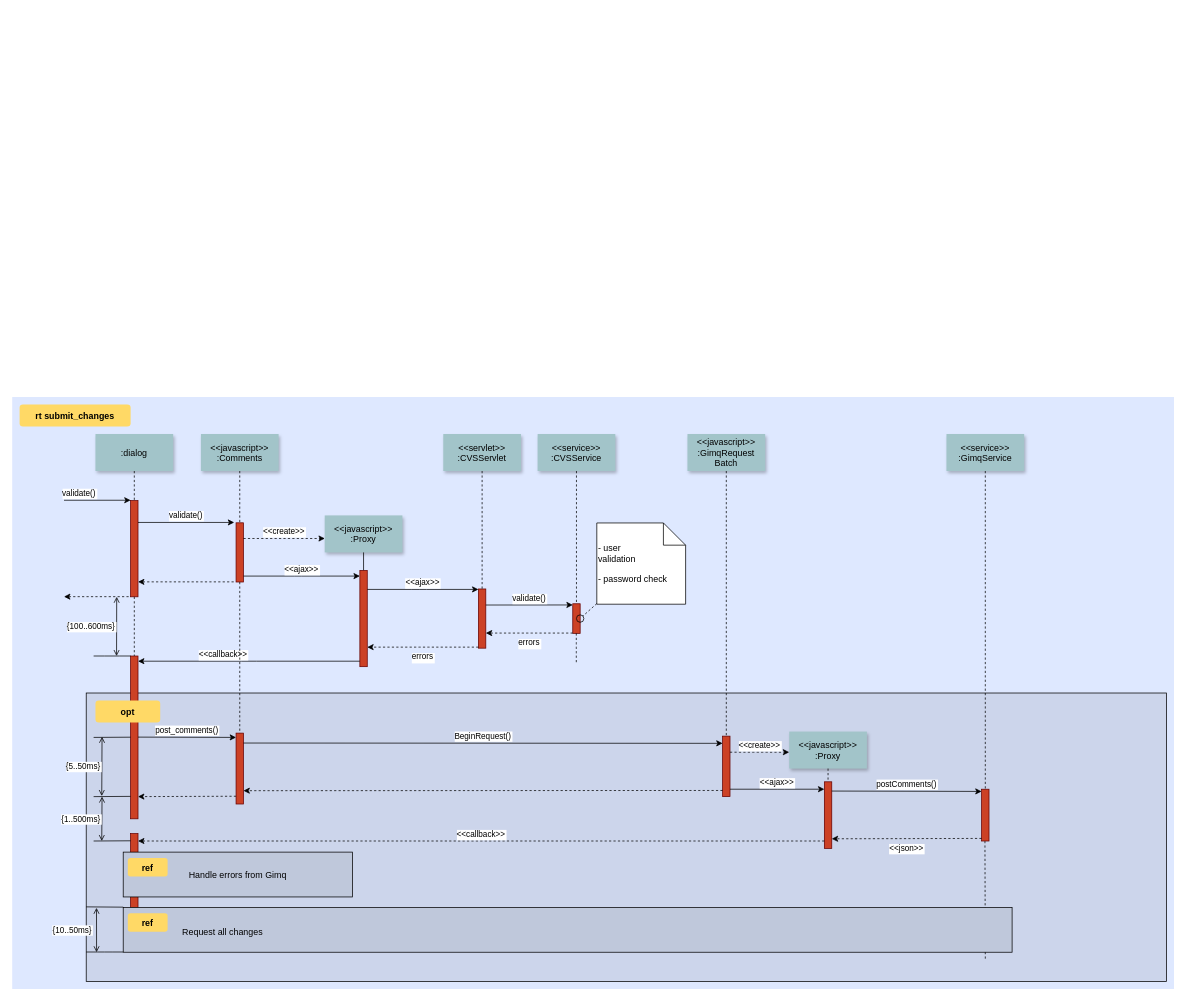
This is seq1.drawio from chen45464546/kernel_relative, a draw.io file, before an edit. Source tidied: cells renumbered, new cells numbered last; positions are measured from the earlier drawing's top-left corner, leaving out a move shared by most shapes. Both pictures are drawn from the tidied source at 74%, with x=0, y=0 at pixel (12, 397).
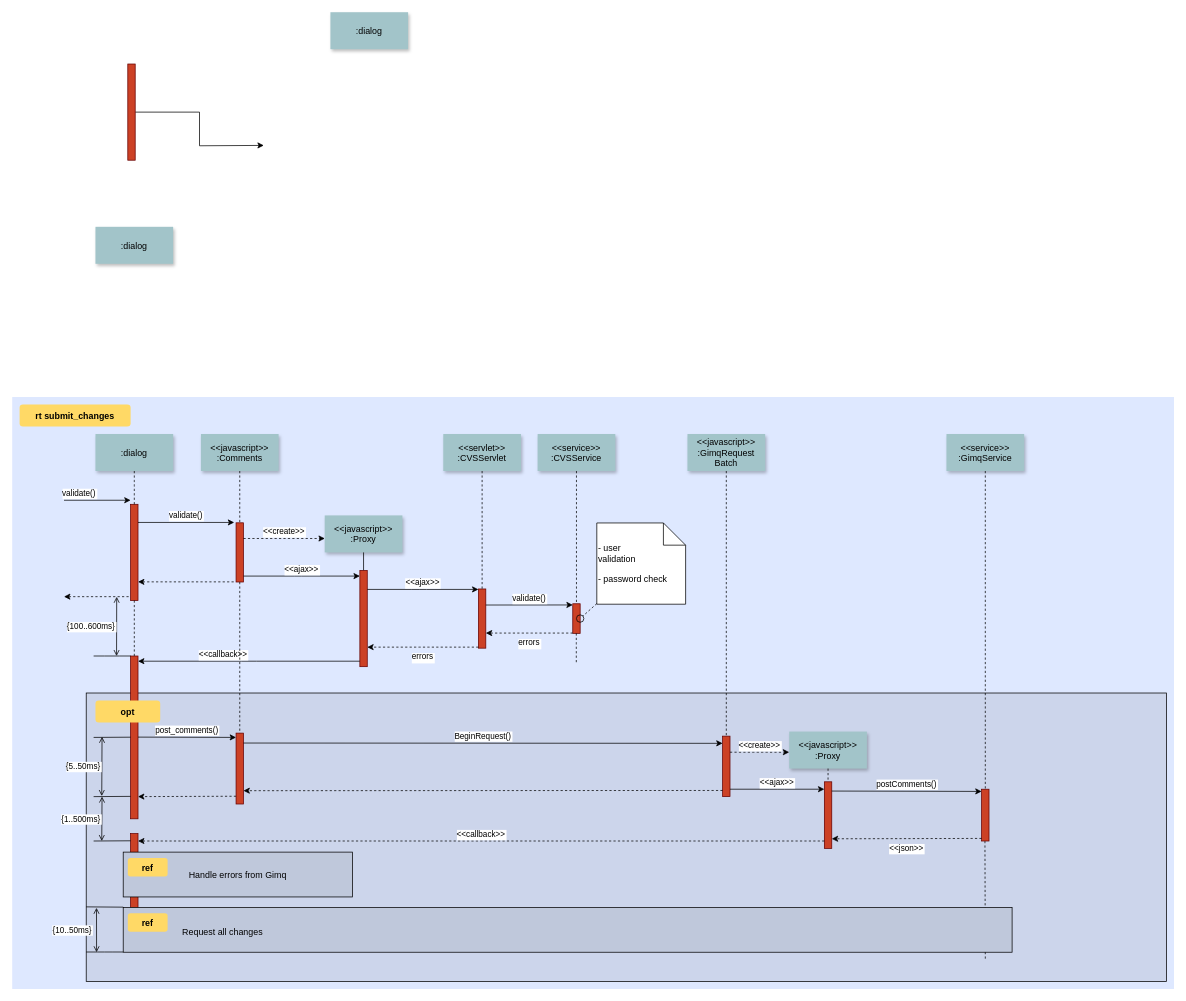
After the change.

Change to the diagram source:
```diff
@@
     <mxCell id="5" style="fillColor=#CC4125;strokeColor=#660000;" parent="1" vertex="1">
-      <mxGeometry x="160" y="140" width="10" height="130" as="geometry" />
+      <mxGeometry x="160" y="145" width="10" height="130" as="geometry" />
     </mxCell>
@@
+    <mxCell id="75" value=":dialog" style="shadow=1;fillColor=#A2C4C9;strokeColor=none;" parent="1" vertex="1">
+      <mxGeometry x="430" y="-520" width="105" height="50" as="geometry" />
+    </mxCell>
+    <mxCell id="76" style="edgeStyle=orthogonalEdgeStyle;rounded=0;jettySize=auto;html=1;exitX=1;exitY=0.5;exitDx=0;exitDy=0;" parent="1" edge="1" source="77">
+      <mxGeometry relative="1" as="geometry">
+        <mxPoint x="340" y="-340" as="targetPoint" />
+      </mxGeometry>
+    </mxCell>
+    <mxCell id="77" style="fillColor=#CC4125;strokeColor=#660000;" parent="1" vertex="1">
+      <mxGeometry x="156.2" y="-450" width="10" height="130" as="geometry" />
+    </mxCell>
+    <mxCell id="78" value=":dialog" style="shadow=1;fillColor=#A2C4C9;strokeColor=none;" parent="1" vertex="1">
+      <mxGeometry x="112.5" y="-230" width="105" height="50" as="geometry" />
+    </mxCell>
```
